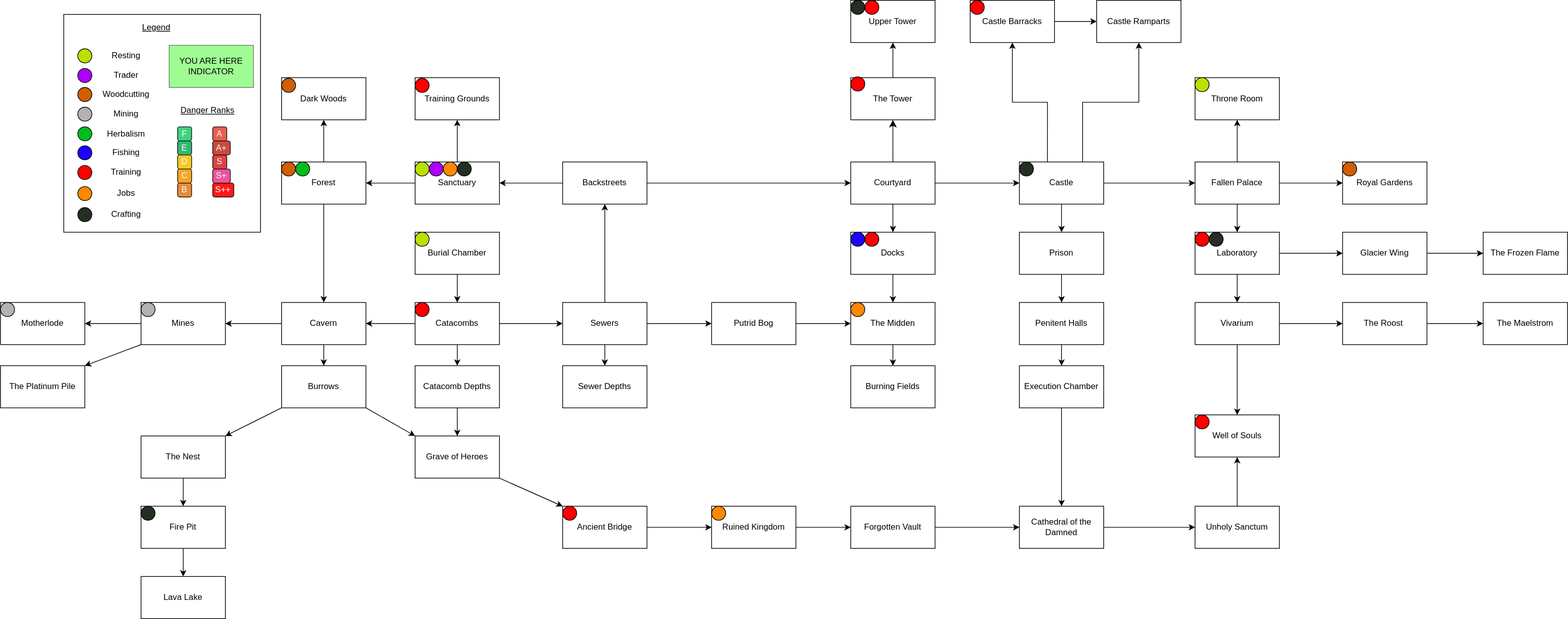
GauTech/experimental-idle-rpg keeps this draw.io diagram as map.svg. Above is the earlier version. Source tidied: cells renumbered, new cells last; positions are measured from the earlier drawing's top-left corner, leaving out a move shared by most shapes.
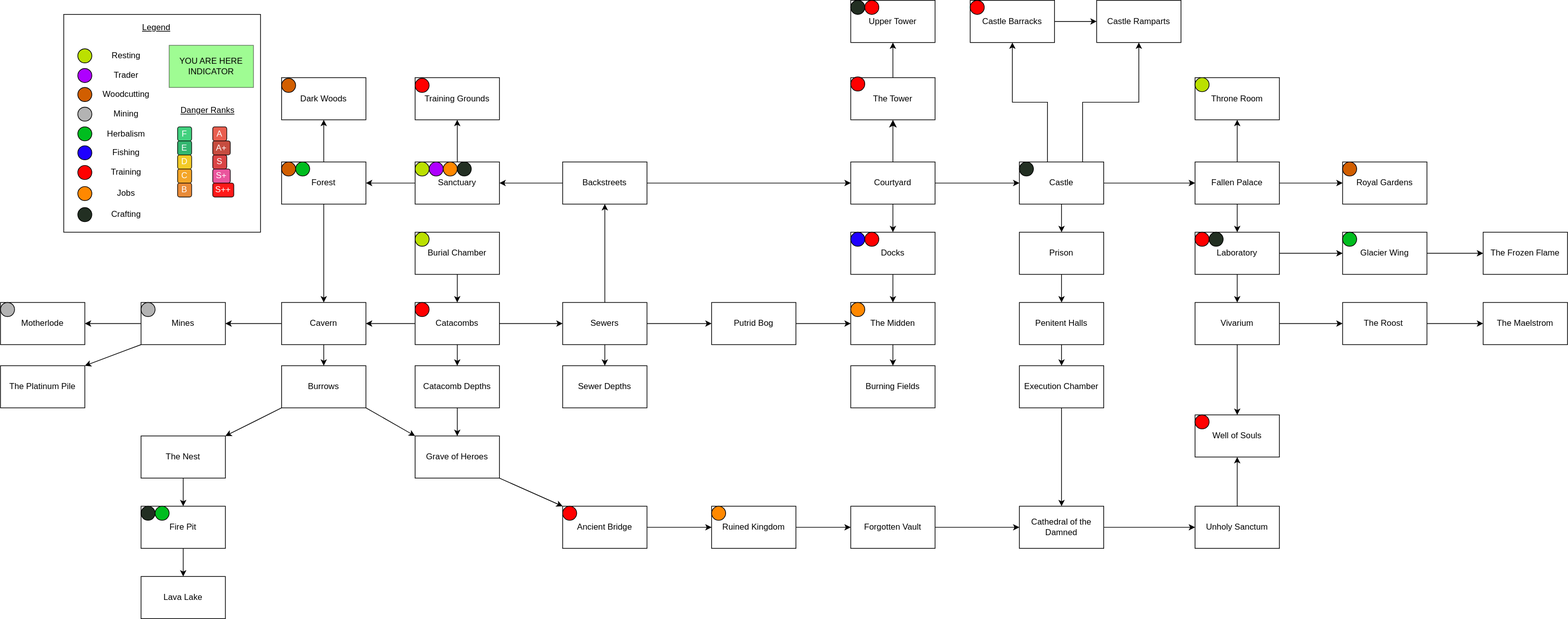
The same file after the commit.

Diff of the diagram source:
```diff
@@ -481,5 +481,11 @@
     <mxCell id="160" style="ellipse;whiteSpace=wrap;html=1;fillStyle=solid;fillColor=light-dark(#ff0000, #ededed);" parent="1" vertex="1">
       <mxGeometry x="1230" width="20" height="20" as="geometry" />
     </mxCell>
+    <mxCell id="161" style="ellipse;whiteSpace=wrap;html=1;fillStyle=solid;fillColor=light-dark(#00bd1f, #EDEDED);" parent="1" vertex="1">
+      <mxGeometry x="220" y="720" width="20" height="20" as="geometry" />
+    </mxCell>
+    <mxCell id="162" style="ellipse;whiteSpace=wrap;html=1;fillStyle=solid;fillColor=light-dark(#00bd1f, #EDEDED);" parent="1" vertex="1">
+      <mxGeometry x="1910" y="330" width="20" height="20" as="geometry" />
+    </mxCell>
   </root>
 </mxGraphModel>
```
